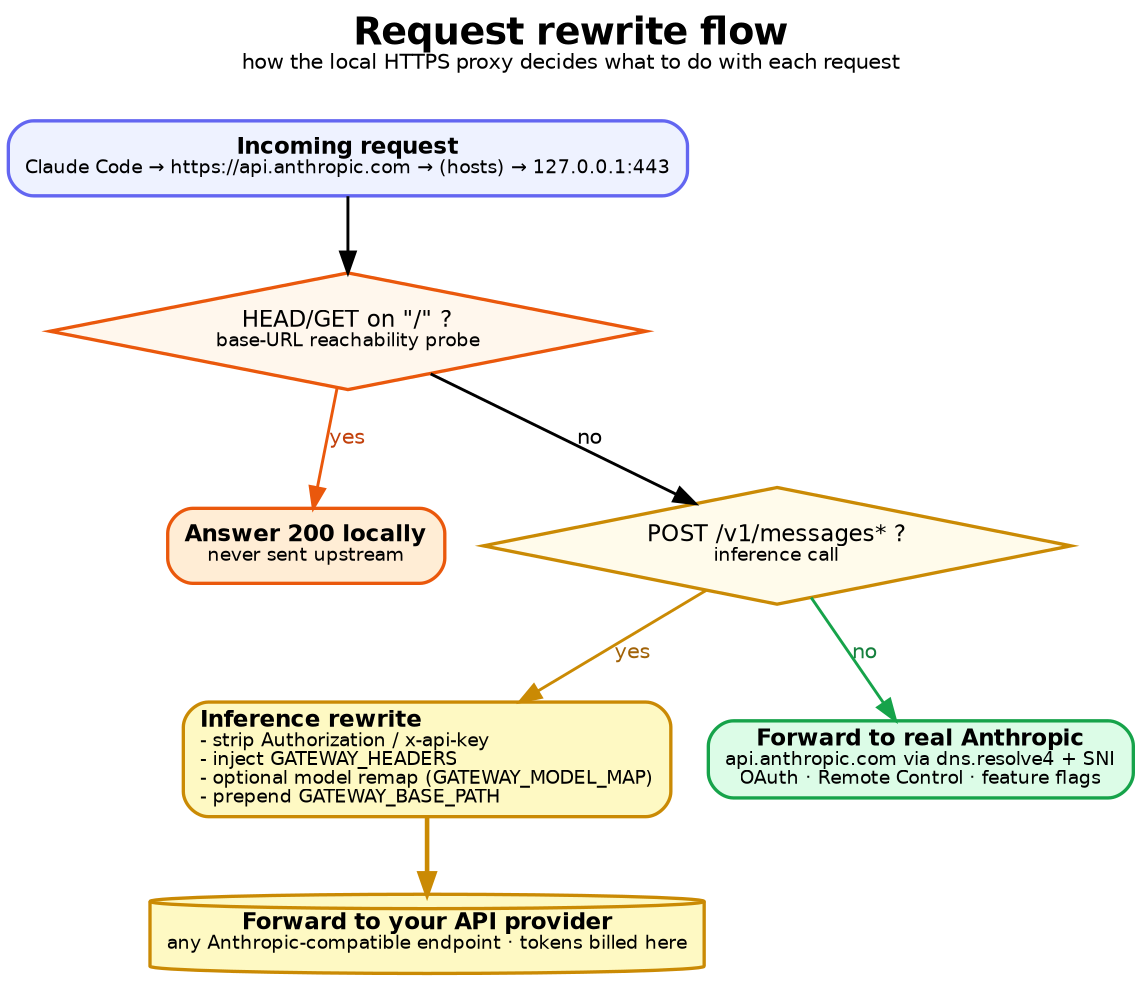
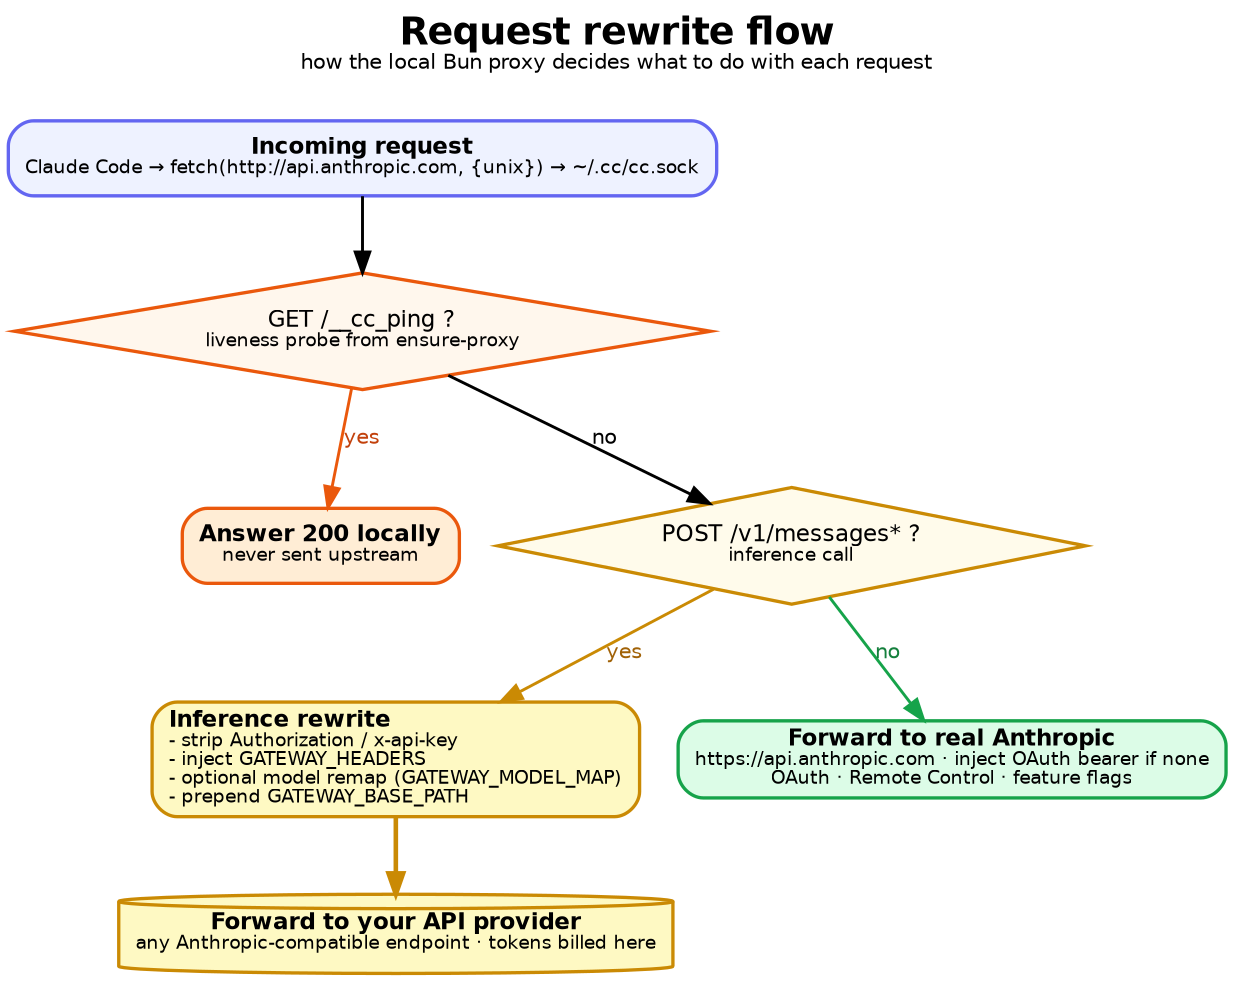
- // Per-request decision flow for the local proxy (MITM mode).
+ // Per-request decision flow for the local proxy (unix-socket mode).
// Render:  dot -Tsvg docs/request-flow.dot -o docs/request-flow.svg
digraph request_flow {
  rankdir=TB;
  bgcolor="white";
  fontname="Helvetica";
  labelloc="t";
  fontsize=18;
-   label=<<b>Request rewrite flow</b><br/><font point-size="10">how the local HTTPS proxy decides what to do with each request</font><br/> >;
+   label=<<b>Request rewrite flow</b><br/><font point-size="10">how the local Bun proxy decides what to do with each request</font><br/> >;

  node [fontname="Helvetica", fontsize=11];
  edge [fontname="Helvetica", fontsize=10, penwidth=1.4];

-   start [label=<<b>Incoming request</b><br/><font point-size="9">Claude Code &rarr; https://api.anthropic.com &rarr; (hosts) &rarr; 127.0.0.1:443</font>>,
+   start [label=<<b>Incoming request</b><br/><font point-size="9">Claude Code &rarr; fetch(http://api.anthropic.com, {unix}) &rarr; ~/.cc/cc.sock</font>>,
         shape=box, style="rounded,filled", fillcolor="#eef2ff", color="#6366f1", penwidth=1.6];

-   d1 [label=<HEAD/GET on &quot;/&quot; ?<br/><font point-size="9">base-URL reachability probe</font>>,
+   d1 [label=<GET /__cc_ping ?<br/><font point-size="9">liveness probe from ensure-proxy</font>>,
      shape=diamond, style="filled", fillcolor="#fff7ed", color="#ea580c", penwidth=1.6];
  probe [label=<<b>Answer 200 locally</b><br/><font point-size="9">never sent upstream</font>>,
         shape=box, style="rounded,filled", fillcolor="#ffedd5", color="#ea580c", penwidth=1.6];

  d2 [label=<POST /v1/messages* ?<br/><font point-size="9">inference call</font>>,
      shape=diamond, style="filled", fillcolor="#fffbeb", color="#ca8a04", penwidth=1.6];

  inf [label=<<b>Inference rewrite</b><br align="left"/><font point-size="9">- strip Authorization / x-api-key<br align="left"/>- inject GATEWAY_HEADERS<br align="left"/>- optional model remap (GATEWAY_MODEL_MAP)<br align="left"/>- prepend GATEWAY_BASE_PATH<br align="left"/></font>>,
       shape=box, style="rounded,filled", fillcolor="#fef9c3", color="#ca8a04", penwidth=1.6];
  gw [label=<<b>Forward to your API provider</b><br/><font point-size="9">any Anthropic-compatible endpoint · tokens billed here</font>>,
      shape=cylinder, style="filled", fillcolor="#fef9c3", color="#ca8a04", penwidth=1.6];

-   pass [label=<<b>Forward to real Anthropic</b><br/><font point-size="9">api.anthropic.com via dns.resolve4 + SNI</font><br/><font point-size="9">OAuth · Remote Control · feature flags</font>>,
+   pass [label=<<b>Forward to real Anthropic</b><br/><font point-size="9">https://api.anthropic.com · inject OAuth bearer if none</font><br/><font point-size="9">OAuth · Remote Control · feature flags</font>>,
        shape=box, style="rounded,filled", fillcolor="#dcfce7", color="#16a34a", penwidth=1.6];

  start -> d1;
  d1 -> probe [label="yes", color="#ea580c", fontcolor="#c2410c"];
  d1 -> d2 [label="no"];
  d2 -> inf [label="yes", color="#ca8a04", fontcolor="#a16207"];
  inf -> gw [color="#ca8a04", penwidth=2.2];
  d2 -> pass [label="no", color="#16a34a", fontcolor="#15803d"];
}
